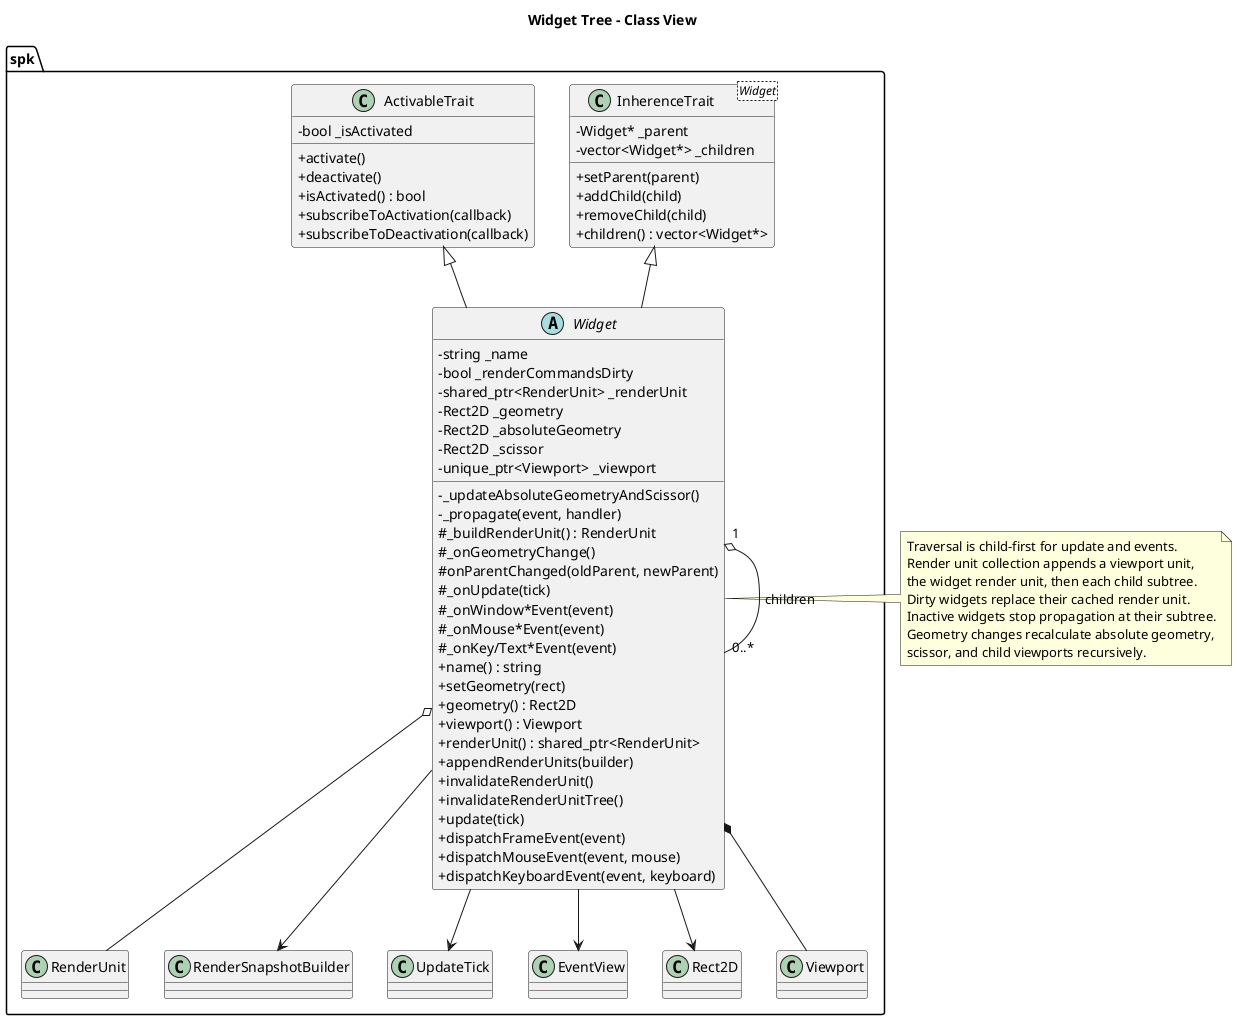
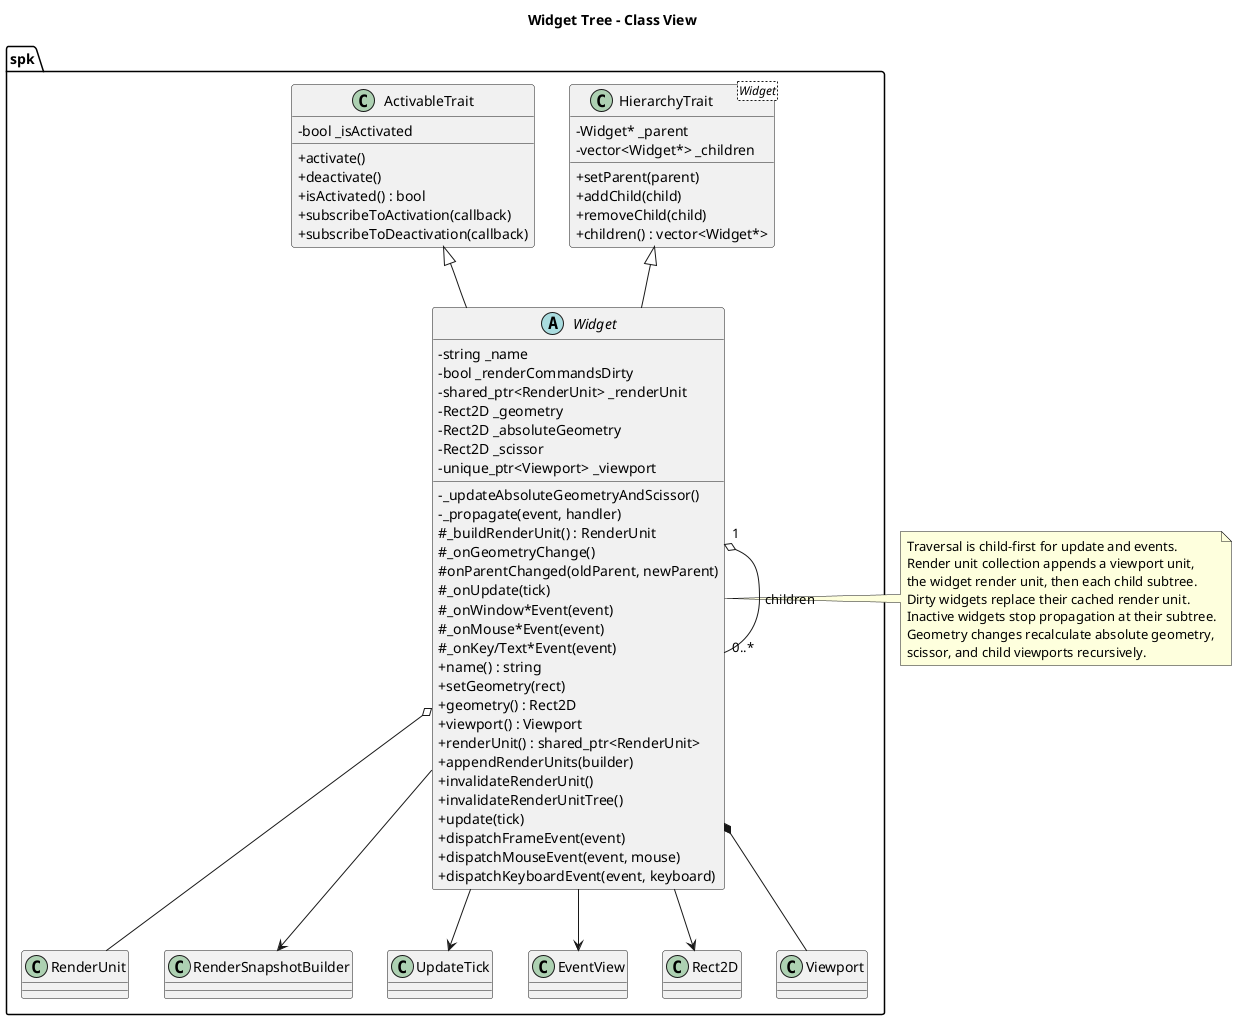
@startuml
title Widget Tree - Class View

skinparam classAttributeIconSize 0

namespace spk {
- 	class "InherenceTrait<Widget>" as InherenceTraitWidget {
+ 	class "HierarchyTrait<Widget>" as HierarchyTraitWidget {
		- Widget* _parent
		- vector<Widget*> _children
		+ setParent(parent)
		+ addChild(child)
		+ removeChild(child)
		+ children() : vector<Widget*>
	}

	class ActivableTrait {
		- bool _isActivated
		+ activate()
		+ deactivate()
		+ isActivated() : bool
		+ subscribeToActivation(callback)
		+ subscribeToDeactivation(callback)
	}

	abstract class Widget {
		- string _name
		- bool _renderCommandsDirty
		- shared_ptr<RenderUnit> _renderUnit
		- Rect2D _geometry
		- Rect2D _absoluteGeometry
		- Rect2D _scissor
		- unique_ptr<Viewport> _viewport
		- _updateAbsoluteGeometryAndScissor()
		- _propagate(event, handler)
		# _buildRenderUnit() : RenderUnit
		# _onGeometryChange()
		# onParentChanged(oldParent, newParent)
		# _onUpdate(tick)
		# _onWindow*Event(event)
		# _onMouse*Event(event)
		# _onKey/Text*Event(event)
		+ name() : string
		+ setGeometry(rect)
		+ geometry() : Rect2D
		+ viewport() : Viewport
		+ renderUnit() : shared_ptr<RenderUnit>
		+ appendRenderUnits(builder)
		+ invalidateRenderUnit()
		+ invalidateRenderUnitTree()
		+ update(tick)
		+ dispatchFrameEvent(event)
		+ dispatchMouseEvent(event, mouse)
		+ dispatchKeyboardEvent(event, keyboard)
	}

	class RenderUnit
	class RenderSnapshotBuilder
	class UpdateTick
	class EventView
	class Rect2D
	class Viewport
}

- spk.InherenceTraitWidget <|-- spk.Widget
+ spk.HierarchyTraitWidget <|-- spk.Widget
spk.ActivableTrait <|-- spk.Widget
spk.Widget "1" o-- "0..*" spk.Widget : children
spk.Widget --> spk.RenderSnapshotBuilder
spk.Widget o-- spk.RenderUnit
spk.Widget --> spk.UpdateTick
spk.Widget --> spk.EventView
spk.Widget --> spk.Rect2D
spk.Widget *-- spk.Viewport

note right of spk.Widget
Traversal is child-first for update and events.
Render unit collection appends a viewport unit,
the widget render unit, then each child subtree.
Dirty widgets replace their cached render unit.
Inactive widgets stop propagation at their subtree.
Geometry changes recalculate absolute geometry,
scissor, and child viewports recursively.
end note

@enduml
